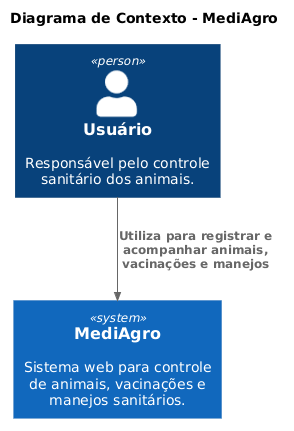
Before: docs/diagrama_contexto.png, a diagram exported from PlantUML (laisy2k/agrovita). Its diagram source:
```plantuml
@startuml
!includeurl https://raw.githubusercontent.com/plantuml-stdlib/C4-PlantUML/master/C4_Context.puml

title Diagrama de Contexto - MediAgro

Person(usuario, "Usuário", "Responsável pelo controle sanitário dos animais.")

System(mediagro, "MediAgro", "Sistema web para controle de animais, vacinações e manejos sanitários.")

Rel(usuario, mediagro, "Utiliza para registrar e acompanhar animais, vacinações e manejos")
@enduml
```
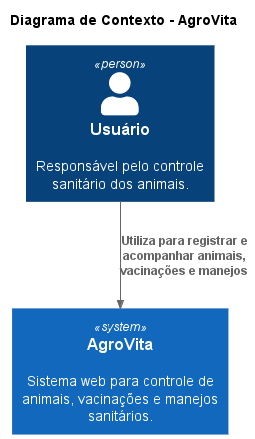
Above is the later version.

Commit message:
refactor: renomeia projeto para AgroVita

What changed in the source:
```diff
@@ -1,11 +1,12 @@
 @startuml
 !includeurl https://raw.githubusercontent.com/plantuml-stdlib/C4-PlantUML/master/C4_Context.puml
 
-title Diagrama de Contexto - MediAgro
+title Diagrama de Contexto - AgroVita
 
 Person(usuario, "Usuário", "Responsável pelo controle sanitário dos animais.")
 
-System(mediagro, "MediAgro", "Sistema web para controle de animais, vacinações e manejos sanitários.")
+System(agrovita, "AgroVita", "Sistema web para controle de animais, vacinações e manejos sanitários.")
 
-Rel(usuario, mediagro, "Utiliza para registrar e acompanhar animais, vacinações e manejos")
+Rel(usuario, agrovita, "Utiliza para registrar e acompanhar animais, vacinações e manejos")
+
 @enduml
```
